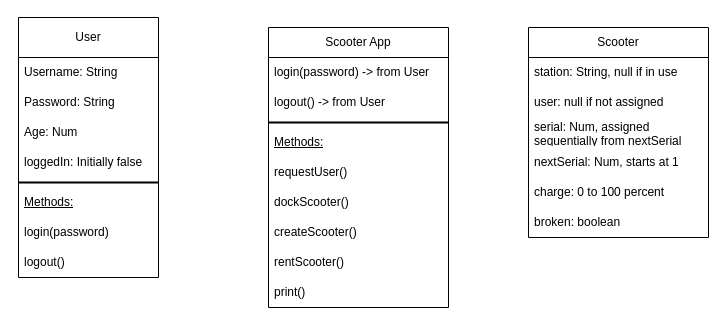
The draw.io diagram class.drawio in t0mbogle/scooter-project-OOP, before the edit. Source tidied: cells renumbered, new cells numbered last; positions are measured from the earlier drawing's top-left corner, leaving out a move shared by most shapes. Both pictures are drawn from the tidied source at 100%, with x=0, y=0 at pixel (18, 17).
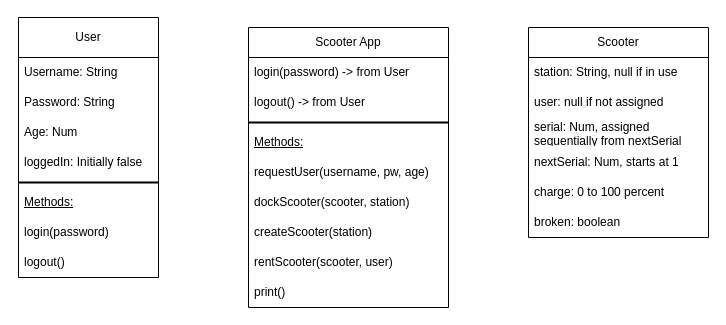
Above is the later version.

Commit message (it also covers changes not shown here):
Added sequence diagram

What changed in the source:
```diff
@@
     <mxCell id="11" value="Scooter App" style="swimlane;fontStyle=0;horizontal=1;startSize=30;whiteSpace=wrap;html=1;" parent="1" vertex="1">
-      <mxGeometry x="250" y="10" width="180" height="280" as="geometry" />
+      <mxGeometry x="230" y="10" width="200" height="280" as="geometry" />
     </mxCell>
     <mxCell id="12" value="login(password) -&amp;gt; from User" style="text;strokeColor=none;fillColor=none;align=left;verticalAlign=middle;spacingLeft=4;spacingRight=4;overflow=hidden;whiteSpace=wrap;html=1;" parent="11" vertex="1">
-      <mxGeometry y="30" width="180" height="30" as="geometry" />
+      <mxGeometry y="30" width="200" height="30" as="geometry" />
     </mxCell>
     <mxCell id="13" value="logout() -&amp;gt; from User" style="text;strokeColor=none;fillColor=none;align=left;verticalAlign=middle;spacingLeft=4;spacingRight=4;overflow=hidden;whiteSpace=wrap;html=1;" parent="11" vertex="1">
-      <mxGeometry y="60" width="180" height="30" as="geometry" />
+      <mxGeometry y="60" width="200" height="30" as="geometry" />
     </mxCell>
     <mxCell id="14" style="line;strokeWidth=2;html=1;" parent="11" vertex="1">
-      <mxGeometry y="90" width="180" height="10" as="geometry" />
+      <mxGeometry y="90" width="200" height="10" as="geometry" />
     </mxCell>
     <mxCell id="15" value="&lt;u&gt;Methods:&lt;/u&gt;" style="text;strokeColor=none;fillColor=none;align=left;verticalAlign=middle;spacingLeft=4;spacingRight=4;overflow=hidden;whiteSpace=wrap;html=1;" parent="11" vertex="1">
-      <mxGeometry y="100" width="180" height="30" as="geometry" />
+      <mxGeometry y="100" width="200" height="30" as="geometry" />
     </mxCell>
-    <mxCell id="16" value="requestUser()" style="text;strokeColor=none;fillColor=none;align=left;verticalAlign=middle;spacingLeft=4;spacingRight=4;overflow=hidden;whiteSpace=wrap;html=1;" parent="11" vertex="1">
-      <mxGeometry y="130" width="180" height="30" as="geometry" />
+    <mxCell id="16" value="requestUser(username, pw, age)" style="text;strokeColor=none;fillColor=none;align=left;verticalAlign=middle;spacingLeft=4;spacingRight=4;overflow=hidden;whiteSpace=wrap;html=1;" parent="11" vertex="1">
+      <mxGeometry y="130" width="200" height="30" as="geometry" />
     </mxCell>
-    <mxCell id="17" value="dockScooter()" style="text;strokeColor=none;fillColor=none;align=left;verticalAlign=middle;spacingLeft=4;spacingRight=4;overflow=hidden;whiteSpace=wrap;html=1;" parent="11" vertex="1">
-      <mxGeometry y="160" width="180" height="30" as="geometry" />
+    <mxCell id="17" value="dockScooter(scooter, station)" style="text;strokeColor=none;fillColor=none;align=left;verticalAlign=middle;spacingLeft=4;spacingRight=4;overflow=hidden;whiteSpace=wrap;html=1;" parent="11" vertex="1">
+      <mxGeometry y="160" width="200" height="30" as="geometry" />
     </mxCell>
-    <mxCell id="18" value="createScooter()" style="text;strokeColor=none;fillColor=none;align=left;verticalAlign=middle;spacingLeft=4;spacingRight=4;overflow=hidden;whiteSpace=wrap;html=1;" parent="11" vertex="1">
-      <mxGeometry y="190" width="180" height="30" as="geometry" />
+    <mxCell id="18" value="createScooter(station)" style="text;strokeColor=none;fillColor=none;align=left;verticalAlign=middle;spacingLeft=4;spacingRight=4;overflow=hidden;whiteSpace=wrap;html=1;" parent="11" vertex="1">
+      <mxGeometry y="190" width="200" height="30" as="geometry" />
     </mxCell>
-    <mxCell id="19" value="rentScooter()" style="text;strokeColor=none;fillColor=none;align=left;verticalAlign=middle;spacingLeft=4;spacingRight=4;overflow=hidden;whiteSpace=wrap;html=1;" parent="11" vertex="1">
-      <mxGeometry y="220" width="180" height="30" as="geometry" />
+    <mxCell id="19" value="rentScooter(scooter, user)" style="text;strokeColor=none;fillColor=none;align=left;verticalAlign=middle;spacingLeft=4;spacingRight=4;overflow=hidden;whiteSpace=wrap;html=1;" parent="11" vertex="1">
+      <mxGeometry y="220" width="200" height="30" as="geometry" />
     </mxCell>
     <mxCell id="20" value="print()" style="text;strokeColor=none;fillColor=none;align=left;verticalAlign=middle;spacingLeft=4;spacingRight=4;overflow=hidden;whiteSpace=wrap;html=1;" parent="11" vertex="1">
-      <mxGeometry y="250" width="180" height="30" as="geometry" />
+      <mxGeometry y="250" width="200" height="30" as="geometry" />
     </mxCell>
```
